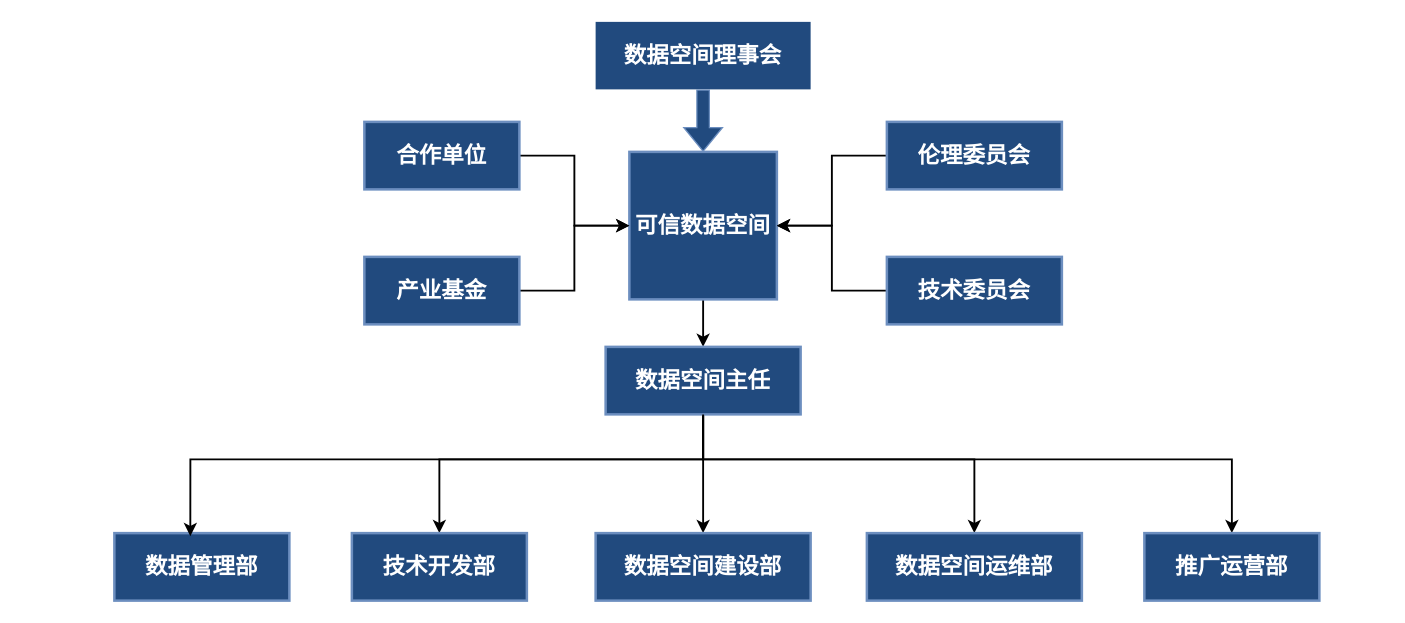
leiming8886/codac keeps this draw.io diagram as 未命名绘图.drawio. Above is the earlier version. Source tidied: cells renumbered, new cells numbered last; positions are measured from the earlier drawing's top-left corner, leaving out a move shared by most shapes. Both pictures are drawn from the tidied source at 125%, with x=0, y=0 at pixel (114, 21).
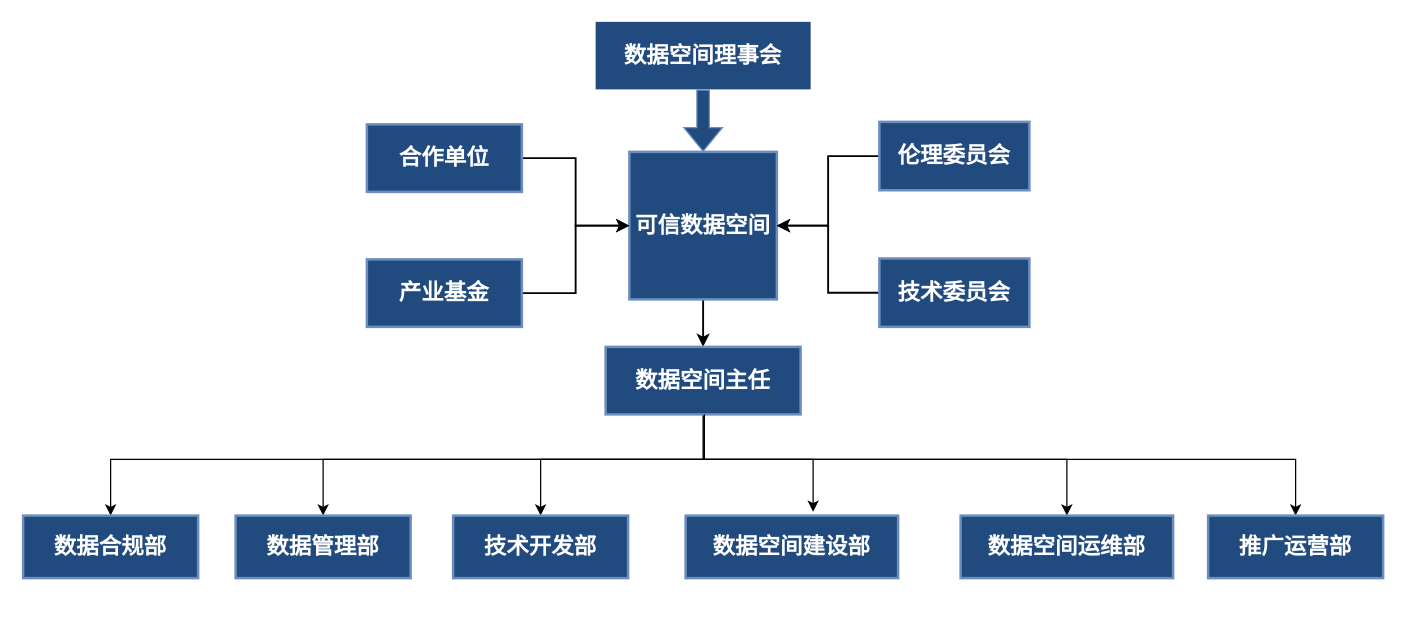
The same page after the edit.

Commit message:
更新未命名绘图.drawio

Unchanged cells that the change refers to:
```xml
<mxCell id="2" value="数据空间理事会" style="whiteSpace=wrap;strokeWidth=2;fontSize=18;fillColor=#214A7E;strokeColor=none;fontStyle=1;fontColor=#FFFFFF;fillStyle=auto;" parent="1" vertex="1">
  <mxGeometry x="385" width="172" height="54" as="geometry" />
</mxCell>
<mxCell id="4" value="可信数据空间" style="strokeWidth=2;whiteSpace=wrap;flipV=1;fontSize=18;fillColor=#214A7E;strokeColor=#6C8EBF;fontStyle=1;fontColor=#FFFFFF;" parent="1" vertex="1">
  <mxGeometry x="412" y="104" width="118" height="118" as="geometry" />
</mxCell>
<mxCell id="9" value="数据空间主任" style="whiteSpace=wrap;strokeWidth=2;fontSize=18;fillColor=#214A7E;strokeColor=#6C8EBF;fontStyle=1;fontColor=#FFFFFF;" parent="1" vertex="1">
  <mxGeometry x="393" y="260" width="156" height="54" as="geometry" />
</mxCell>
```

What changed in the source:
```diff
@@
+    <mxCell id="25" style="edgeStyle=orthogonalEdgeStyle;rounded=0;jettySize=auto;html=1;entryX=0.5;entryY=0;entryDx=0;entryDy=0;strokeWidth=1;" parent="1" edge="1" source="9" target="27">
+      <mxGeometry relative="1" as="geometry">
+        <Array as="points">
+          <mxPoint x="471" y="350" />
+          <mxPoint x="-3" y="350" />
+        </Array>
+      </mxGeometry>
+    </mxCell>
+    <mxCell id="24" style="edgeStyle=orthogonalEdgeStyle;rounded=0;jettySize=auto;html=1;entryX=0.5;entryY=0;entryDx=0;entryDy=0;strokeWidth=1;" parent="1" edge="1" source="9" target="14">
+      <mxGeometry relative="1" as="geometry">
+        <Array as="points">
+          <mxPoint x="472" y="350" />
+          <mxPoint x="167" y="350" />
+        </Array>
+      </mxGeometry>
+    </mxCell>
-    <mxCell id="5" style="edgeStyle=orthogonalEdgeStyle;rounded=0;jettySize=auto;html=1;entryX=0.5;entryY=0;entryDx=0;entryDy=0;fontStyle=1;fontColor=#FFFFFF;strokeWidth=1.5;" parent="1" edge="1" source="9" target="15">
+    <mxCell id="5" style="edgeStyle=orthogonalEdgeStyle;rounded=0;jettySize=auto;html=1;entryX=0.5;entryY=0;entryDx=0;entryDy=0;strokeWidth=1;" parent="1" edge="1" source="9" target="15">
       <mxGeometry relative="1" as="geometry">
         <Array as="points">
-          <mxPoint x="471" y="350" />
-          <mxPoint x="260" y="350" />
+          <mxPoint x="472" y="350" />
+          <mxPoint x="341" y="350" />
         </Array>
       </mxGeometry>
     </mxCell>
-    <mxCell id="6" style="edgeStyle=orthogonalEdgeStyle;rounded=0;jettySize=auto;html=1;entryX=0.5;entryY=0;entryDx=0;entryDy=0;fontStyle=1;fontColor=#FFFFFF;strokeWidth=1.5;" parent="1" edge="1" source="9" target="16">
-      <mxGeometry relative="1" as="geometry" />
-    </mxCell>
-    <mxCell id="7" style="edgeStyle=orthogonalEdgeStyle;rounded=0;jettySize=auto;html=1;entryX=0.5;entryY=0;entryDx=0;entryDy=0;fontStyle=1;fontColor=#FFFFFF;strokeWidth=1.5;" parent="1" edge="1" source="9" target="17">
+    <mxCell id="7" style="edgeStyle=orthogonalEdgeStyle;rounded=0;jettySize=auto;html=1;entryX=0.5;entryY=0;entryDx=0;entryDy=0;strokeWidth=1;" parent="1" edge="1" source="9" target="17">
       <mxGeometry relative="1" as="geometry">
         <Array as="points">
-          <mxPoint x="471" y="350" />
-          <mxPoint x="688" y="350" />
+          <mxPoint x="472" y="350" />
+          <mxPoint x="762" y="350" />
         </Array>
       </mxGeometry>
     </mxCell>
-    <mxCell id="8" style="edgeStyle=orthogonalEdgeStyle;rounded=0;jettySize=auto;html=1;entryX=0.5;entryY=0;entryDx=0;entryDy=0;fontStyle=1;fontColor=#FFFFFF;strokeWidth=1.5;" parent="1" edge="1" source="9" target="18">
+    <mxCell id="8" style="edgeStyle=orthogonalEdgeStyle;rounded=0;jettySize=auto;html=1;entryX=0.5;entryY=0;entryDx=0;entryDy=0;strokeWidth=1;" parent="1" edge="1" source="9" target="18">
       <mxGeometry relative="1" as="geometry">
         <Array as="points">
-          <mxPoint x="471" y="350" />
-          <mxPoint x="894" y="350" />
+          <mxPoint x="472" y="350" />
+          <mxPoint x="945" y="350" />
         </Array>
       </mxGeometry>
     </mxCell>
@@
-    <mxCell id="11" value="伦理委员会" style="whiteSpace=wrap;strokeWidth=2;fontSize=18;fillColor=#214A7E;strokeColor=#6C8EBF;fontStyle=1;fontColor=#FFFFFF;" parent="1" vertex="1">
-      <mxGeometry x="618" y="80" width="140" height="54" as="geometry" />
-    </mxCell>
@@
-    <mxCell id="13" value="产业基金" style="whiteSpace=wrap;strokeWidth=2;fontSize=18;fillColor=#214A7E;strokeColor=#6C8EBF;fontStyle=1;fontColor=#FFFFFF;" parent="1" vertex="1">
-      <mxGeometry x="200" y="188" width="124" height="54" as="geometry" />
-    </mxCell>
+    <mxCell id="19" style="edgeStyle=orthogonalEdgeStyle;rounded=0;jettySize=auto;html=1;entryX=0;entryY=0.5;entryDx=0;entryDy=0;fontStyle=1;fontColor=#FFFFFF;strokeWidth=1.5;" parent="1" edge="1" source="20" target="4">
+      <mxGeometry relative="1" as="geometry" />
+    </mxCell>
+    <mxCell id="21" style="edgeStyle=orthogonalEdgeStyle;rounded=0;jettySize=auto;html=1;entryX=1;entryY=0.5;entryDx=0;entryDy=0;fontSize=18;fontStyle=1;fontColor=#FFFFFF;strokeWidth=1.5;" parent="1" edge="1" source="22" target="4">
+      <mxGeometry relative="1" as="geometry" />
+    </mxCell>
+    <mxCell id="23" style="shape=flexArrow;endArrow=classic;html=1;rounded=0;entryX=0.5;entryY=0;entryDx=0;entryDy=0;exitX=0.5;exitY=1;exitDx=0;exitDy=0;fontSize=18;fillColor=#214A7E;strokeColor=#6c8ebf;fontStyle=1;fontColor=#FFFFFF;" parent="1" edge="1" source="2" target="4">
+      <mxGeometry relative="1" as="geometry" />
+    </mxCell>
+    <mxCell id="6" style="edgeStyle=orthogonalEdgeStyle;rounded=0;jettySize=auto;html=1;entryX=0.6;entryY=-0.061;entryDx=0;entryDy=0;entryPerimeter=0;strokeWidth=1;" parent="1" edge="1" source="9" target="16">
+      <mxGeometry relative="1" as="geometry">
+        <Array as="points">
+          <mxPoint x="472" y="350" />
+          <mxPoint x="559" y="350" />
+        </Array>
+      </mxGeometry>
+    </mxCell>
+    <mxCell id="26" style="group;" parent="1" vertex="1">
+      <mxGeometry x="-73" y="395" width="1088" height="50" as="geometry" />
+    </mxCell>
-    <mxCell id="14" value="数据管理部" style="whiteSpace=wrap;strokeWidth=2;fontSize=18;fillColor=#214A7E;strokeColor=#6C8EBF;fontStyle=1;fontColor=#FFFFFF;" parent="1" vertex="1">
-      <mxGeometry y="409" width="140" height="54" as="geometry" />
+    <mxCell id="14" value="数据管理部" style="whiteSpace=wrap;strokeWidth=2;fontSize=18;fillColor=#214A7E;strokeColor=#6C8EBF;fontStyle=1;fontColor=#FFFFFF;" parent="26" vertex="1">
+      <mxGeometry x="170" width="140" height="50" as="geometry" />
     </mxCell>
-    <mxCell id="15" value="技术开发部" style="whiteSpace=wrap;strokeWidth=2;fontSize=18;fillColor=#214A7E;strokeColor=#6C8EBF;fontStyle=1;fontColor=#FFFFFF;" parent="1" vertex="1">
-      <mxGeometry x="190" y="409" width="140" height="54" as="geometry" />
+    <mxCell id="15" value="技术开发部" style="whiteSpace=wrap;strokeWidth=2;fontSize=18;fillColor=#214A7E;strokeColor=#6C8EBF;fontStyle=1;fontColor=#FFFFFF;" parent="26" vertex="1">
+      <mxGeometry x="344" width="140" height="50" as="geometry" />
     </mxCell>
-    <mxCell id="16" value="数据空间建设部" style="whiteSpace=wrap;strokeWidth=2;fontSize=18;fillColor=#214A7E;strokeColor=#6C8EBF;fontStyle=1;fontColor=#FFFFFF;" parent="1" vertex="1">
-      <mxGeometry x="385" y="409" width="172" height="54" as="geometry" />
+    <mxCell id="16" value="数据空间建设部" style="whiteSpace=wrap;strokeWidth=2;fontSize=18;fillColor=#214A7E;strokeColor=#6C8EBF;fontStyle=1;fontColor=#FFFFFF;" parent="26" vertex="1">
+      <mxGeometry x="530" width="170" height="50" as="geometry" />
     </mxCell>
-    <mxCell id="17" value="数据空间运维部" style="whiteSpace=wrap;strokeWidth=2;fontSize=18;fillColor=#214A7E;strokeColor=#6C8EBF;fontStyle=1;fontColor=#FFFFFF;" parent="1" vertex="1">
-      <mxGeometry x="602" y="409" width="172" height="54" as="geometry" />
+    <mxCell id="17" value="数据空间运维部" style="whiteSpace=wrap;strokeWidth=2;fontSize=18;fillColor=#214A7E;strokeColor=#6C8EBF;fontStyle=1;fontColor=#FFFFFF;" parent="26" vertex="1">
+      <mxGeometry x="750" width="170" height="50" as="geometry" />
     </mxCell>
-    <mxCell id="18" value="推广运营部" style="whiteSpace=wrap;strokeWidth=2;fontSize=18;fillColor=#214A7E;strokeColor=#6C8EBF;fontStyle=1;fontColor=#FFFFFF;" parent="1" vertex="1">
-      <mxGeometry x="824" y="409" width="140" height="54" as="geometry" />
+    <mxCell id="18" value="推广运营部" style="whiteSpace=wrap;strokeWidth=2;fontSize=18;fillColor=#214A7E;strokeColor=#6C8EBF;fontStyle=1;fontColor=#FFFFFF;" parent="26" vertex="1">
+      <mxGeometry x="948" width="140" height="50" as="geometry" />
     </mxCell>
-    <mxCell id="19" style="edgeStyle=orthogonalEdgeStyle;rounded=0;jettySize=auto;html=1;entryX=0;entryY=0.5;entryDx=0;entryDy=0;fontStyle=1;fontColor=#FFFFFF;strokeWidth=1.5;" parent="1" edge="1" source="20" target="4">
-      <mxGeometry relative="1" as="geometry" />
-    </mxCell>
+    <mxCell id="27" value="数据合规部" style="whiteSpace=wrap;strokeWidth=2;fontSize=18;fillColor=#214A7E;strokeColor=#6C8EBF;fontStyle=1;fontColor=#FFFFFF;" parent="26" vertex="1">
+      <mxGeometry width="140" height="50" as="geometry" />
+    </mxCell>
+    <mxCell id="28" style="group;" parent="1" vertex="1">
+      <mxGeometry x="202" y="82" width="124" height="162" as="geometry" />
+    </mxCell>
+    <mxCell id="13" value="产业基金" style="whiteSpace=wrap;strokeWidth=2;fontSize=18;fillColor=#214A7E;strokeColor=#6C8EBF;fontStyle=1;fontColor=#FFFFFF;" parent="28" vertex="1">
+      <mxGeometry y="108" width="124" height="54" as="geometry" />
+    </mxCell>
-    <mxCell id="20" value="合作单位" style="whiteSpace=wrap;strokeWidth=2;fontSize=18;fillColor=#214A7E;strokeColor=#6C8EBF;fontStyle=1;fontColor=#FFFFFF;" parent="1" vertex="1">
-      <mxGeometry x="200" y="80" width="124" height="54" as="geometry" />
+    <mxCell id="20" value="合作单位" style="whiteSpace=wrap;strokeWidth=2;fontSize=18;fillColor=#214A7E;strokeColor=#6C8EBF;fontStyle=1;fontColor=#FFFFFF;" parent="28" vertex="1">
+      <mxGeometry width="124" height="54" as="geometry" />
     </mxCell>
-    <mxCell id="21" style="edgeStyle=orthogonalEdgeStyle;rounded=0;jettySize=auto;html=1;entryX=1;entryY=0.5;entryDx=0;entryDy=0;fontSize=18;fontStyle=1;fontColor=#FFFFFF;strokeWidth=1.5;" parent="1" edge="1" source="22" target="4">
-      <mxGeometry relative="1" as="geometry" />
-    </mxCell>
+    <mxCell id="29" style="group;" parent="1" vertex="1">
+      <mxGeometry x="612" y="80" width="120" height="164" as="geometry" />
+    </mxCell>
+    <mxCell id="11" value="伦理委员会" style="whiteSpace=wrap;strokeWidth=2;fontSize=18;fillColor=#214A7E;strokeColor=#6C8EBF;fontStyle=1;fontColor=#FFFFFF;" parent="29" vertex="1">
+      <mxGeometry width="120" height="54.7" as="geometry" />
+    </mxCell>
-    <mxCell id="22" value="技术委员会" style="whiteSpace=wrap;strokeWidth=2;fontSize=18;fillColor=#214A7E;strokeColor=#6C8EBF;fontStyle=1;fontColor=#FFFFFF;" parent="1" vertex="1">
-      <mxGeometry x="618" y="188" width="140" height="54" as="geometry" />
+    <mxCell id="22" value="技术委员会" style="whiteSpace=wrap;strokeWidth=2;fontSize=18;fillColor=#214A7E;strokeColor=#6C8EBF;fontStyle=1;fontColor=#FFFFFF;" parent="29" vertex="1">
+      <mxGeometry y="109.3" width="120" height="54.7" as="geometry" />
     </mxCell>
-    <mxCell id="23" style="shape=flexArrow;endArrow=classic;html=1;rounded=0;entryX=0.5;entryY=0;entryDx=0;entryDy=0;exitX=0.5;exitY=1;exitDx=0;exitDy=0;fontSize=18;fillColor=#214A7E;strokeColor=#6c8ebf;fontStyle=1;fontColor=#FFFFFF;" parent="1" edge="1" source="2" target="4">
-      <mxGeometry relative="1" as="geometry" />
-    </mxCell>
-    <mxCell id="24" style="edgeStyle=orthogonalEdgeStyle;rounded=0;jettySize=auto;html=1;entryX=0.434;entryY=0.045;entryDx=0;entryDy=0;entryPerimeter=0;fontStyle=1;fontColor=#FFFFFF;strokeWidth=1.5;" parent="1" edge="1" source="9" target="14">
-      <mxGeometry relative="1" as="geometry">
-        <Array as="points">
-          <mxPoint x="471" y="350" />
-          <mxPoint x="61" y="350" />
-        </Array>
-      </mxGeometry>
-    </mxCell>
```
